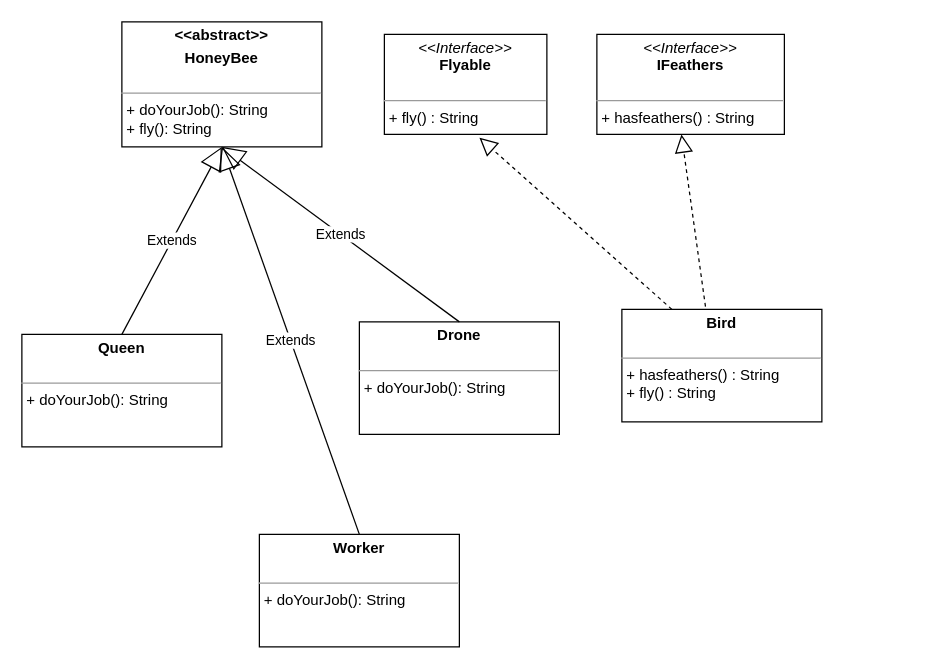
Indu1284/08_Interfaces keeps this draw.io diagram as page "HoneyBee_2" (2 of 2) of honeybee.drawio. Above is the earlier version. Source tidied: cells renumbered, new cells numbered last; positions are measured from the earlier drawing's top-left corner, leaving out a move shared by most shapes. Both pictures are drawn from the tidied source at 125%, with x=0, y=0 at pixel (21, 21).
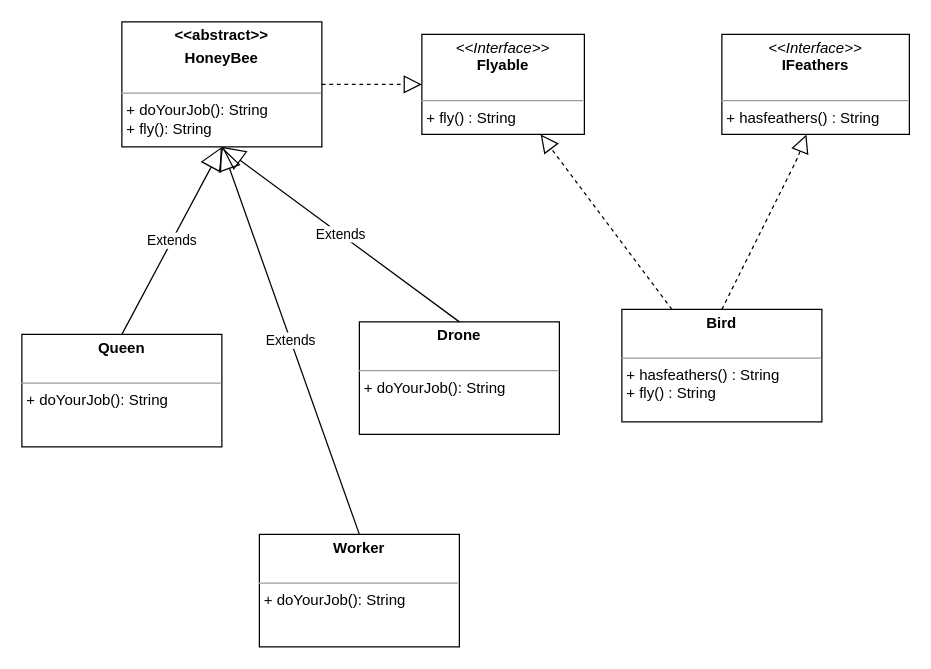
After the change.

Change to the diagram source:
```diff
@@
 <mxGraphModel>
   <root>
     <mxCell id="0" />
     <mxCell id="1" parent="0" />
     <mxCell id="2" value="&lt;p style=&quot;margin: 0px ; margin-top: 4px ; text-align: center&quot;&gt;&lt;b&gt;&amp;lt;&amp;lt;abstract&amp;gt;&amp;gt;&lt;/b&gt;&lt;/p&gt;&lt;p style=&quot;margin: 0px ; margin-top: 4px ; text-align: center&quot;&gt;&lt;b&gt;HoneyBee&lt;/b&gt;&lt;/p&gt;&lt;p style=&quot;margin: 0px ; margin-left: 4px&quot;&gt;&lt;br&gt;&lt;/p&gt;&lt;hr size=&quot;1&quot;&gt;&lt;p style=&quot;margin: 0px ; margin-left: 4px&quot;&gt;+ doYourJob(): String&lt;/p&gt;&lt;p style=&quot;margin: 0px ; margin-left: 4px&quot;&gt;+ fly(): String&lt;/p&gt;" style="verticalAlign=top;align=left;overflow=fill;fontSize=12;fontFamily=Helvetica;html=1;" parent="1" vertex="1">
       <mxGeometry x="80" width="160" height="100" as="geometry" />
     </mxCell>
     <mxCell id="3" value="&lt;p style=&quot;margin: 0px ; margin-top: 4px ; text-align: center&quot;&gt;&lt;b&gt;Queen&lt;/b&gt;&lt;/p&gt;&lt;p style=&quot;margin: 0px ; margin-left: 4px&quot;&gt;&lt;br&gt;&lt;/p&gt;&lt;hr size=&quot;1&quot;&gt;&lt;p style=&quot;margin: 0px ; margin-left: 4px&quot;&gt;+ doYourJob(): String&lt;br&gt;&lt;/p&gt;" style="verticalAlign=top;align=left;overflow=fill;fontSize=12;fontFamily=Helvetica;html=1;" parent="1" vertex="1">
       <mxGeometry y="250" width="160" height="90" as="geometry" />
     </mxCell>
     <mxCell id="4" value="Extends" style="endArrow=block;endSize=16;endFill=0;html=1;exitX=0.5;exitY=0;exitDx=0;exitDy=0;entryX=0.5;entryY=1;entryDx=0;entryDy=0;" parent="1" edge="1" source="3" target="2">
       <mxGeometry relative="1" as="geometry" />
     </mxCell>
     <mxCell id="5" value="&lt;p style=&quot;margin: 0px ; margin-top: 4px ; text-align: center&quot;&gt;&lt;b&gt;Worker&lt;/b&gt;&lt;/p&gt;&lt;p style=&quot;margin: 0px ; margin-left: 4px&quot;&gt;&lt;br&gt;&lt;/p&gt;&lt;hr size=&quot;1&quot;&gt;&lt;p style=&quot;margin: 0px ; margin-left: 4px&quot;&gt;+ doYourJob(): String&lt;br&gt;&lt;/p&gt;" style="verticalAlign=top;align=left;overflow=fill;fontSize=12;fontFamily=Helvetica;html=1;" parent="1" vertex="1">
       <mxGeometry x="190" y="410" width="160" height="90" as="geometry" />
     </mxCell>
     <mxCell id="6" value="&lt;p style=&quot;margin: 0px ; margin-top: 4px ; text-align: center&quot;&gt;&lt;b&gt;Drone&lt;/b&gt;&lt;/p&gt;&lt;p style=&quot;margin: 0px ; margin-left: 4px&quot;&gt;&lt;br&gt;&lt;/p&gt;&lt;hr size=&quot;1&quot;&gt;&lt;p style=&quot;margin: 0px ; margin-left: 4px&quot;&gt;+ doYourJob(): String&lt;br&gt;&lt;/p&gt;" style="verticalAlign=top;align=left;overflow=fill;fontSize=12;fontFamily=Helvetica;html=1;" parent="1" vertex="1">
       <mxGeometry x="270" y="240" width="160" height="90" as="geometry" />
     </mxCell>
     <mxCell id="7" value="Extends" style="endArrow=block;endSize=16;endFill=0;html=1;exitX=0.5;exitY=0;exitDx=0;exitDy=0;entryX=0.5;entryY=1;entryDx=0;entryDy=0;" parent="1" edge="1" source="5" target="2">
       <mxGeometry relative="1" as="geometry" />
     </mxCell>
     <mxCell id="8" value="Extends" style="endArrow=block;endSize=16;endFill=0;html=1;exitX=0.5;exitY=0;exitDx=0;exitDy=0;entryX=0.5;entryY=1;entryDx=0;entryDy=0;" parent="1" edge="1" source="6" target="2">
       <mxGeometry relative="1" as="geometry" />
     </mxCell>
     <mxCell id="9" value="&lt;p style=&quot;margin: 0px ; margin-top: 4px ; text-align: center&quot;&gt;&lt;i&gt;&amp;lt;&amp;lt;Interface&amp;gt;&amp;gt;&lt;/i&gt;&lt;br&gt;&lt;b&gt;Flyable&lt;/b&gt;&lt;/p&gt;&lt;p style=&quot;margin: 0px ; margin-left: 4px&quot;&gt;&lt;br&gt;&lt;/p&gt;&lt;hr size=&quot;1&quot;&gt;&lt;p style=&quot;margin: 0px ; margin-left: 4px&quot;&gt;+ fly() : String&lt;/p&gt;" style="verticalAlign=top;align=left;overflow=fill;fontSize=12;fontFamily=Helvetica;html=1;" parent="1" vertex="1">
-      <mxGeometry x="290" y="10" width="130" height="80" as="geometry" />
+      <mxGeometry x="320" y="10" width="130" height="80" as="geometry" />
     </mxCell>
     <mxCell id="10" value="&lt;p style=&quot;margin: 0px ; margin-top: 4px ; text-align: center&quot;&gt;&lt;b&gt;Bird&lt;/b&gt;&lt;/p&gt;&lt;p style=&quot;margin: 0px ; margin-left: 4px&quot;&gt;&lt;br&gt;&lt;/p&gt;&lt;hr size=&quot;1&quot;&gt;&lt;p style=&quot;margin: 0px ; margin-left: 4px&quot;&gt;+ hasfeathers() : String&lt;/p&gt;&lt;p style=&quot;margin: 0px ; margin-left: 4px&quot;&gt;+ fly() : String&lt;/p&gt;" style="verticalAlign=top;align=left;overflow=fill;fontSize=12;fontFamily=Helvetica;html=1;" parent="1" vertex="1">
       <mxGeometry x="480" y="230" width="160" height="90" as="geometry" />
     </mxCell>
     <mxCell id="11" value="&lt;p style=&quot;margin: 0px ; margin-top: 4px ; text-align: center&quot;&gt;&lt;i&gt;&amp;lt;&amp;lt;Interface&amp;gt;&amp;gt;&lt;/i&gt;&lt;br&gt;&lt;b&gt;IFeathers&lt;/b&gt;&lt;/p&gt;&lt;p style=&quot;margin: 0px ; margin-left: 4px&quot;&gt;&lt;br&gt;&lt;/p&gt;&lt;hr size=&quot;1&quot;&gt;&lt;p style=&quot;margin: 0px ; margin-left: 4px&quot;&gt;+ hasfeathers() : String&lt;/p&gt;" style="verticalAlign=top;align=left;overflow=fill;fontSize=12;fontFamily=Helvetica;html=1;" parent="1" vertex="1">
-      <mxGeometry x="460" y="10" width="150" height="80" as="geometry" />
+      <mxGeometry x="560" y="10" width="150" height="80" as="geometry" />
     </mxCell>
-    <mxCell id="12" style="endArrow=block;dashed=1;endFill=0;endSize=12;html=1;entryX=0.585;entryY=1.033;entryDx=0;entryDy=0;entryPerimeter=0;exitX=0.25;exitY=0;exitDx=0;exitDy=0;" parent="1" edge="1" source="10" target="9">
+    <mxCell id="12" style="endArrow=block;dashed=1;endFill=0;endSize=12;html=1;exitX=0.25;exitY=0;exitDx=0;exitDy=0;" parent="1" edge="1" source="10" target="9">
       <mxGeometry relative="1" as="geometry" />
     </mxCell>
-    <mxCell id="13" style="endArrow=block;dashed=1;endFill=0;endSize=12;html=1;exitX=0.418;exitY=-0.024;exitDx=0;exitDy=0;entryX=0.451;entryY=1.002;entryDx=0;entryDy=0;entryPerimeter=0;exitPerimeter=0;" parent="1" edge="1" source="10" target="11">
-      <mxGeometry relative="1" as="geometry" />
+    <mxCell id="13" style="endArrow=block;dashed=1;endFill=0;endSize=12;html=1;exitX=0.5;exitY=0;exitDx=0;exitDy=0;entryX=0.451;entryY=1.002;entryDx=0;entryDy=0;entryPerimeter=0;" parent="1" edge="1" source="10" target="11">
+      <mxGeometry relative="1" as="geometry">
+        <Array as="points">
+          <mxPoint x="620" y="110" />
+        </Array>
+      </mxGeometry>
     </mxCell>
+    <mxCell id="14" style="endArrow=block;dashed=1;endFill=0;endSize=12;html=1;entryX=0;entryY=0.5;entryDx=0;entryDy=0;exitX=1;exitY=0.5;exitDx=0;exitDy=0;" parent="1" edge="1" source="2" target="9">
+      <mxGeometry relative="1" as="geometry" />
+    </mxCell>
   </root>
 </mxGraphModel>
```
